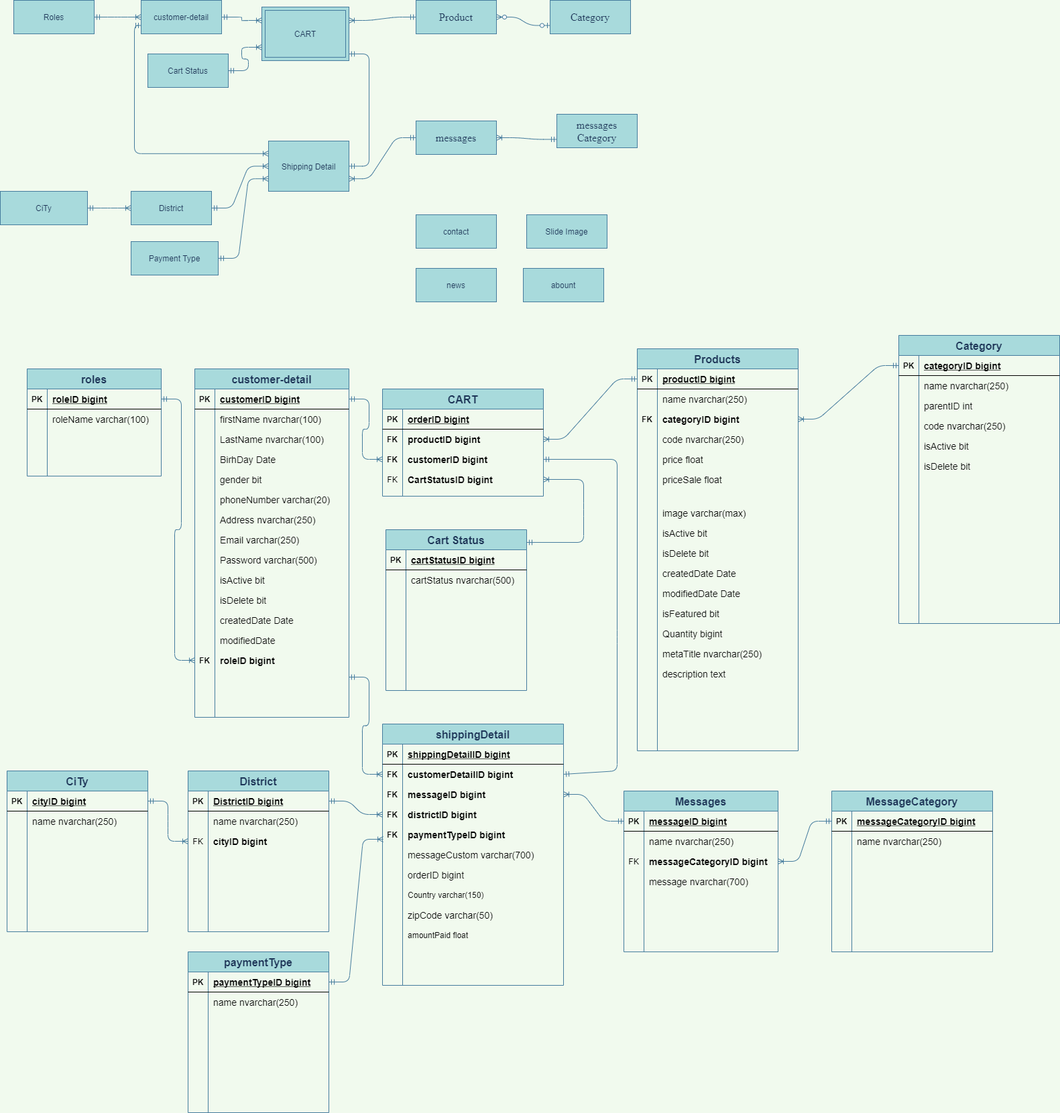
This is Untitled Diagram.png from maialino123/Eproject-SEM3, a draw.io export, as it was before one commit. Source tidied: cells renumbered, new cells last; positions are measured from the earlier drawing's top-left corner, leaving out a move shared by most shapes.
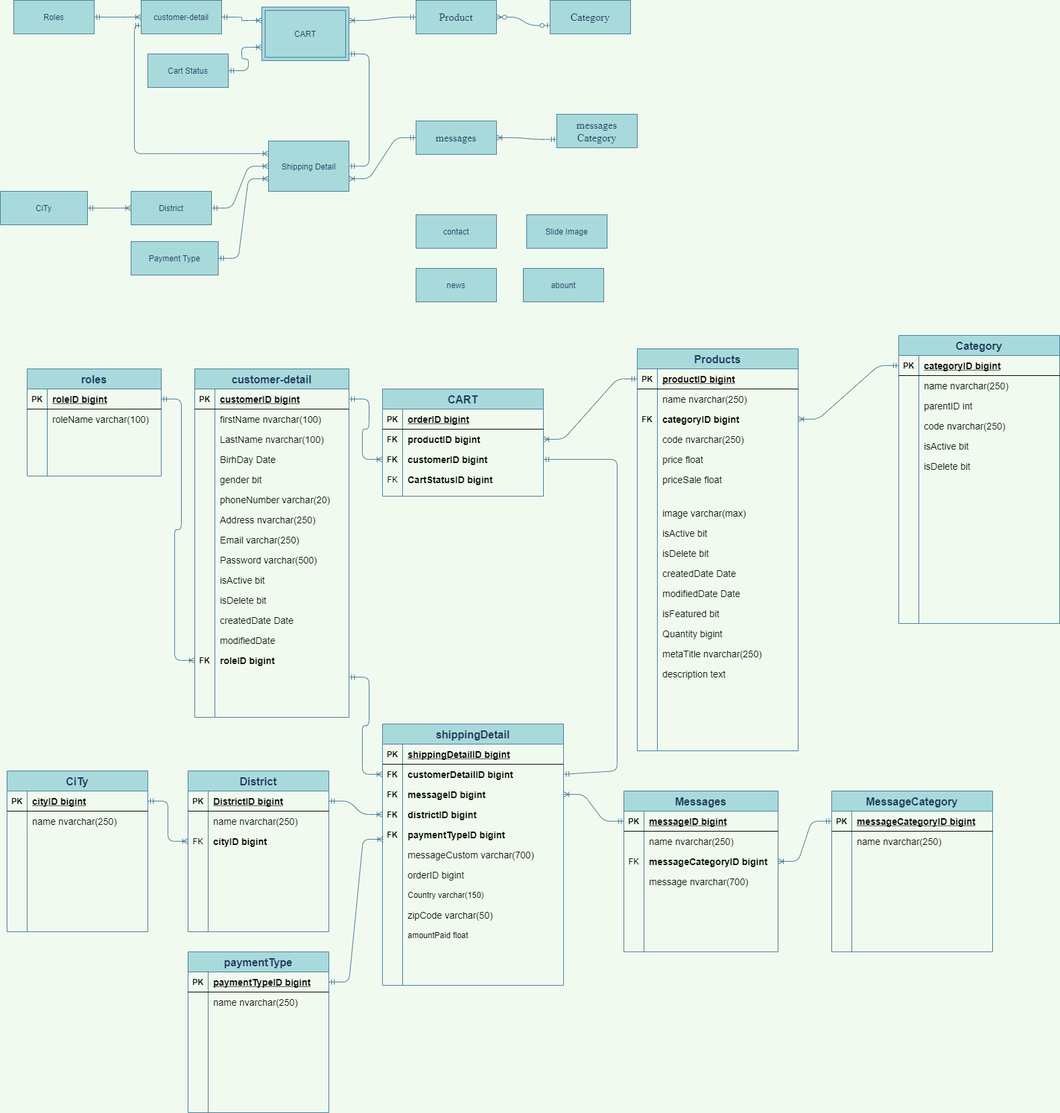
After the change.

Change to the diagram source:
```diff
@@ -253,72 +253,6 @@
     <mxCell id="84" value="roleID bigint" style="shape=partialRectangle;fillColor=none;top=0;left=0;bottom=0;right=0;align=left;spacingLeft=6;overflow=hidden;fontSize=14;fontStyle=1;" parent="82" vertex="1">
       <mxGeometry x="30" width="200" height="30" as="geometry" />
     </mxCell>
-    <mxCell id="85" value="Cart Status" style="shape=table;startSize=30;rowLines=0;fontStyle=1;align=center;rounded=0;sketch=0;fontColor=#1D3557;strokeColor=#457B9D;fillColor=#A8DADC;fontSize=16;" parent="1" vertex="1">
-      <mxGeometry x="575" y="790" width="210" height="240" as="geometry" />
-    </mxCell>
-    <mxCell id="86" style="shape=partialRectangle;fillColor=none;top=0;left=0;bottom=1;right=0;" parent="85" vertex="1">
-      <mxGeometry y="30" width="210" height="30" as="geometry" />
-    </mxCell>
-    <mxCell id="87" value="PK" style="shape=partialRectangle;fillColor=none;top=0;left=0;bottom=0;right=0;fontStyle=1;overflow=hidden;" parent="86" vertex="1">
-      <mxGeometry width="30" height="30" as="geometry" />
-    </mxCell>
-    <mxCell id="88" value="cartStatusID bigint" style="shape=partialRectangle;fillColor=none;top=0;left=0;bottom=0;right=0;align=left;spacingLeft=6;fontStyle=5;overflow=hidden;fontSize=14;" parent="86" vertex="1">
-      <mxGeometry x="30" width="180" height="30" as="geometry" />
-    </mxCell>
-    <mxCell id="89" style="shape=partialRectangle;fillColor=none;top=0;left=0;bottom=0;right=0;" parent="85" vertex="1">
-      <mxGeometry y="60" width="210" height="30" as="geometry" />
-    </mxCell>
-    <mxCell id="90" style="shape=partialRectangle;fillColor=none;top=0;left=0;bottom=0;right=0;overflow=hidden;" parent="89" vertex="1">
-      <mxGeometry width="30" height="30" as="geometry" />
-    </mxCell>
-    <mxCell id="91" value="cartStatus nvarchar(500)" style="shape=partialRectangle;fillColor=none;top=0;left=0;bottom=0;right=0;align=left;spacingLeft=6;overflow=hidden;fontSize=14;" parent="89" vertex="1">
-      <mxGeometry x="30" width="180" height="30" as="geometry" />
-    </mxCell>
-    <mxCell id="92" style="shape=partialRectangle;fillColor=none;top=0;left=0;bottom=0;right=0;" parent="85" vertex="1">
-      <mxGeometry y="90" width="210" height="30" as="geometry" />
-    </mxCell>
-    <mxCell id="93" style="shape=partialRectangle;fillColor=none;top=0;left=0;bottom=0;right=0;overflow=hidden;" parent="92" vertex="1">
-      <mxGeometry width="30" height="30" as="geometry" />
-    </mxCell>
-    <mxCell id="94" style="shape=partialRectangle;fillColor=none;top=0;left=0;bottom=0;right=0;align=left;spacingLeft=6;overflow=hidden;" parent="92" vertex="1">
-      <mxGeometry x="30" width="180" height="30" as="geometry" />
-    </mxCell>
-    <mxCell id="95" style="shape=partialRectangle;fillColor=none;top=0;left=0;bottom=0;right=0;" parent="85" vertex="1">
-      <mxGeometry y="120" width="210" height="30" as="geometry" />
-    </mxCell>
-    <mxCell id="96" style="shape=partialRectangle;fillColor=none;top=0;left=0;bottom=0;right=0;overflow=hidden;" parent="95" vertex="1">
-      <mxGeometry width="30" height="30" as="geometry" />
-    </mxCell>
-    <mxCell id="97" style="shape=partialRectangle;fillColor=none;top=0;left=0;bottom=0;right=0;align=left;spacingLeft=6;overflow=hidden;" parent="95" vertex="1">
-      <mxGeometry x="30" width="180" height="30" as="geometry" />
-    </mxCell>
-    <mxCell id="98" style="shape=partialRectangle;fillColor=none;top=0;left=0;bottom=0;right=0;" parent="85" vertex="1">
-      <mxGeometry y="150" width="210" height="30" as="geometry" />
-    </mxCell>
-    <mxCell id="99" style="shape=partialRectangle;fillColor=none;top=0;left=0;bottom=0;right=0;overflow=hidden;" parent="98" vertex="1">
-      <mxGeometry width="30" height="30" as="geometry" />
-    </mxCell>
-    <mxCell id="100" style="shape=partialRectangle;fillColor=none;top=0;left=0;bottom=0;right=0;align=left;spacingLeft=6;overflow=hidden;" parent="98" vertex="1">
-      <mxGeometry x="30" width="180" height="30" as="geometry" />
-    </mxCell>
-    <mxCell id="101" style="shape=partialRectangle;fillColor=none;top=0;left=0;bottom=0;right=0;" parent="85" vertex="1">
-      <mxGeometry y="180" width="210" height="30" as="geometry" />
-    </mxCell>
-    <mxCell id="102" style="shape=partialRectangle;fillColor=none;top=0;left=0;bottom=0;right=0;overflow=hidden;" parent="101" vertex="1">
-      <mxGeometry width="30" height="30" as="geometry" />
-    </mxCell>
-    <mxCell id="103" style="shape=partialRectangle;fillColor=none;top=0;left=0;bottom=0;right=0;align=left;spacingLeft=6;overflow=hidden;" parent="101" vertex="1">
-      <mxGeometry x="30" width="180" height="30" as="geometry" />
-    </mxCell>
-    <mxCell id="104" style="shape=partialRectangle;fillColor=none;top=0;left=0;bottom=0;right=0;" parent="85" vertex="1">
-      <mxGeometry y="210" width="210" height="30" as="geometry" />
-    </mxCell>
-    <mxCell id="105" style="shape=partialRectangle;fillColor=none;top=0;left=0;bottom=0;right=0;overflow=hidden;" parent="104" vertex="1">
-      <mxGeometry width="30" height="30" as="geometry" />
-    </mxCell>
-    <mxCell id="106" style="shape=partialRectangle;fillColor=none;top=0;left=0;bottom=0;right=0;align=left;spacingLeft=6;overflow=hidden;" parent="104" vertex="1">
-      <mxGeometry x="30" width="180" height="30" as="geometry" />
-    </mxCell>
     <mxCell id="107" style="edgeStyle=entityRelationEdgeStyle;fontSize=12;html=1;endArrow=ERoneToMany;startArrow=ERmandOne;fontColor=#1D3557;strokeColor=#457B9D;fillColor=#A8DADC;labelBackgroundColor=#F1FAEE;exitX=1;exitY=0.5;exitDx=0;exitDy=0;entryX=0;entryY=0.5;entryDx=0;entryDy=0;" parent="1" edge="1" source="30" target="82">
       <mxGeometry relative="1" as="geometry" />
     </mxCell>
@@ -583,15 +517,6 @@
     <mxCell id="194" value="description text" style="shape=partialRectangle;fillColor=none;top=0;left=0;bottom=0;right=0;align=left;spacingLeft=6;overflow=hidden;fontSize=14;" parent="1" vertex="1">
       <mxGeometry x="980" y="990" width="210" height="30" as="geometry" />
     </mxCell>
-    <mxCell id="195" style="fontSize=12;html=1;endArrow=ERoneToMany;startArrow=ERmandOne;fontColor=#1D3557;strokeColor=#457B9D;fillColor=#A8DADC;labelBackgroundColor=#F1FAEE;entryX=1;entryY=0.5;entryDx=0;entryDy=0;exitX=1;exitY=0.079;exitDx=0;exitDy=0;exitPerimeter=0;" parent="1" edge="1" source="85" target="118">
-      <mxGeometry relative="1" as="geometry">
-        <Array as="points">
-          <mxPoint x="870" y="809" />
-          <mxPoint x="870" y="760" />
-          <mxPoint x="870" y="715" />
-        </Array>
-      </mxGeometry>
-    </mxCell>
     <mxCell id="196" value="shippingDetail" style="shape=table;startSize=30;rowLines=0;fontStyle=1;align=center;rounded=0;sketch=0;fontColor=#1D3557;strokeColor=#457B9D;fillColor=#A8DADC;fontSize=16;" parent="1" vertex="1">
       <mxGeometry x="570" y="1080" width="270" height="390" as="geometry" />
     </mxCell>
```
